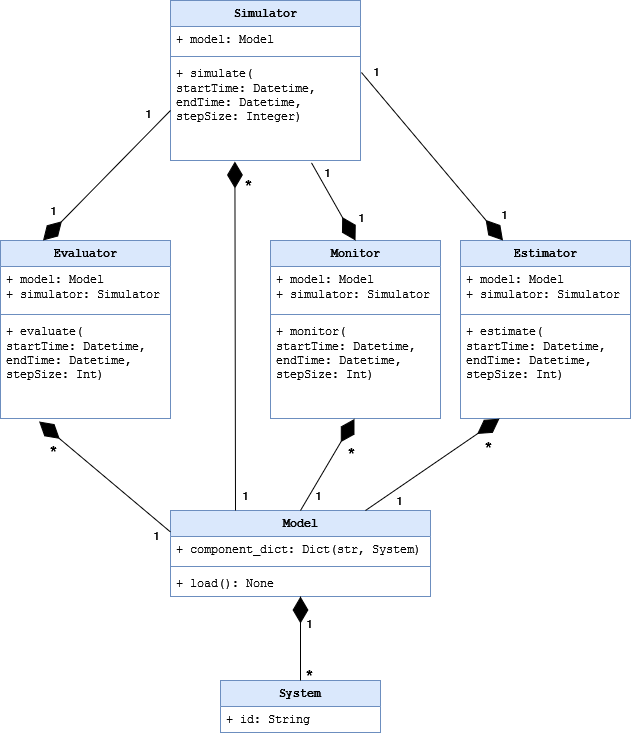
Above: Twin4Build_UML_diagram.drawio.png in JBjoernskov/Twin4Build (draw.io), before the change. Source tidied: cells renumbered, new cells last; positions are measured from the earlier drawing's top-left corner, leaving out a move shared by most shapes.
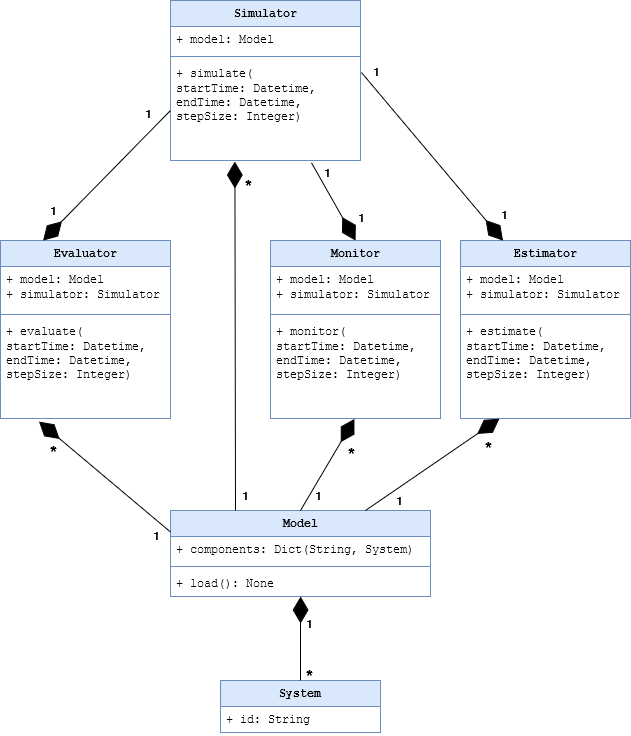
After the change.

What changed in the source:
```diff
@@ -10,7 +10,7 @@
     <mxCell id="3" value="Model" style="swimlane;fontStyle=1;align=center;verticalAlign=top;horizontal=1;startSize=26;whiteSpace=wrap;html=1;fillColor=#dae8fc;strokeColor=#6c8ebf;fontFamily=Courier New;" parent="1" vertex="1">
       <mxGeometry x="170" y="510" width="260" height="86" as="geometry" />
     </mxCell>
-    <mxCell id="4" value="&lt;font&gt;+ component_dict: Dict(str, System)&lt;/font&gt;" style="text;strokeColor=none;fillColor=none;align=left;verticalAlign=top;spacingLeft=4;spacingRight=4;overflow=hidden;whiteSpace=wrap;html=1;fontFamily=Courier New;" parent="3" vertex="1">
+    <mxCell id="4" value="&lt;font&gt;+ components: Dict(&lt;/font&gt;String&lt;font&gt;, System)&lt;/font&gt;" style="text;strokeColor=none;fillColor=none;align=left;verticalAlign=top;spacingLeft=4;spacingRight=4;overflow=hidden;whiteSpace=wrap;html=1;fontFamily=Courier New;" parent="3" vertex="1">
       <mxGeometry y="26" width="260" height="26" as="geometry" />
     </mxCell>
     <mxCell id="5" style="line;strokeWidth=1;fillColor=none;align=left;verticalAlign=middle;spacingTop=-1;spacingLeft=3;spacingRight=3;labelPosition=right;strokeColor=inherit;fontFamily=Courier New;" parent="3" vertex="1">
@@ -37,7 +37,7 @@
     <mxCell id="12" style="line;strokeWidth=1;fillColor=none;align=left;verticalAlign=middle;spacingTop=-1;spacingLeft=3;spacingRight=3;labelPosition=right;strokeColor=inherit;fontFamily=Courier New;" parent="10" vertex="1">
       <mxGeometry y="70" width="170" height="8" as="geometry" />
     </mxCell>
-    <mxCell id="13" value="&lt;div&gt;+ monitor(&lt;/div&gt;&lt;div&gt;startTime: Datetime, endTime: Datetime,&lt;/div&gt;&lt;div&gt;stepSize: Int)&lt;br&gt;&lt;/div&gt;&lt;div&gt;&lt;br&gt; &lt;/div&gt;" style="text;strokeColor=none;fillColor=none;align=left;verticalAlign=top;spacingLeft=4;spacingRight=4;overflow=hidden;points=[[0,0.5],[1,0.5]];portConstraint=eastwest;whiteSpace=wrap;html=1;fontFamily=Courier New;" parent="10" vertex="1">
+    <mxCell id="13" value="&lt;div&gt;+ monitor(&lt;/div&gt;&lt;div&gt;startTime: Datetime, endTime: Datetime,&lt;/div&gt;&lt;div&gt;stepSize:&amp;nbsp;Integer)&lt;br&gt;&lt;/div&gt;&lt;div&gt;&lt;br&gt; &lt;/div&gt;" style="text;strokeColor=none;fillColor=none;align=left;verticalAlign=top;spacingLeft=4;spacingRight=4;overflow=hidden;points=[[0,0.5],[1,0.5]];portConstraint=eastwest;whiteSpace=wrap;html=1;fontFamily=Courier New;" parent="10" vertex="1">
       <mxGeometry y="78" width="170" height="100" as="geometry" />
     </mxCell>
     <mxCell id="14" value="&lt;div&gt;Estimator&lt;/div&gt;" style="swimlane;fontStyle=1;align=center;verticalAlign=top;horizontal=1;startSize=26;whiteSpace=wrap;html=1;fillColor=#dae8fc;strokeColor=#6c8ebf;fontFamily=Courier New;" parent="1" vertex="1">
@@ -49,7 +49,7 @@
     <mxCell id="16" style="line;strokeWidth=1;fillColor=none;align=left;verticalAlign=middle;spacingTop=-1;spacingLeft=3;spacingRight=3;labelPosition=right;strokeColor=inherit;fontFamily=Courier New;" parent="14" vertex="1">
       <mxGeometry y="70" width="170" height="8" as="geometry" />
     </mxCell>
-    <mxCell id="17" value="&lt;div&gt;+ estimate(&lt;/div&gt;&lt;div&gt;startTime: Datetime, endTime: Datetime,&lt;/div&gt;&lt;div&gt;stepSize: Int)&lt;br&gt;&lt;/div&gt;&lt;div&gt;&lt;br&gt; &lt;/div&gt;" style="text;strokeColor=none;fillColor=none;align=left;verticalAlign=top;spacingLeft=4;spacingRight=4;overflow=hidden;points=[[0,0.5],[1,0.5]];portConstraint=eastwest;whiteSpace=wrap;html=1;fontFamily=Courier New;" parent="14" vertex="1">
+    <mxCell id="17" value="&lt;div&gt;+ estimate(&lt;/div&gt;&lt;div&gt;startTime: Datetime, endTime: Datetime,&lt;/div&gt;&lt;div&gt;stepSize:&amp;nbsp;Integer)&lt;br&gt;&lt;/div&gt;&lt;div&gt;&lt;br&gt; &lt;/div&gt;" style="text;strokeColor=none;fillColor=none;align=left;verticalAlign=top;spacingLeft=4;spacingRight=4;overflow=hidden;points=[[0,0.5],[1,0.5]];portConstraint=eastwest;whiteSpace=wrap;html=1;fontFamily=Courier New;" parent="14" vertex="1">
       <mxGeometry y="78" width="170" height="100" as="geometry" />
     </mxCell>
     <mxCell id="18" value="Evaluator" style="swimlane;fontStyle=1;align=center;verticalAlign=top;horizontal=1;startSize=26;whiteSpace=wrap;html=1;fillColor=#dae8fc;strokeColor=#6c8ebf;fontFamily=Courier New;" parent="1" vertex="1">
@@ -61,7 +61,7 @@
     <mxCell id="20" style="line;strokeWidth=1;fillColor=none;align=left;verticalAlign=middle;spacingTop=-1;spacingLeft=3;spacingRight=3;labelPosition=right;strokeColor=inherit;fontFamily=Courier New;" parent="18" vertex="1">
       <mxGeometry y="70" width="170" height="8" as="geometry" />
     </mxCell>
-    <mxCell id="21" value="&lt;div&gt;+ evaluate(&lt;/div&gt;&lt;div&gt;startTime: Datetime, endTime: Datetime,&lt;/div&gt;&lt;div&gt;stepSize: Int)&lt;br&gt;&lt;/div&gt;&lt;div&gt;&lt;br&gt; &lt;/div&gt;" style="text;strokeColor=none;fillColor=none;align=left;verticalAlign=top;spacingLeft=4;spacingRight=4;overflow=hidden;points=[[0,0.5],[1,0.5]];portConstraint=eastwest;whiteSpace=wrap;html=1;fontFamily=Courier New;" parent="18" vertex="1">
+    <mxCell id="21" value="&lt;div&gt;+ evaluate(&lt;/div&gt;&lt;div&gt;startTime: Datetime, endTime: Datetime,&lt;/div&gt;&lt;div&gt;stepSize:&amp;nbsp;Integer)&lt;br&gt;&lt;/div&gt;&lt;div&gt;&lt;br&gt; &lt;/div&gt;" style="text;strokeColor=none;fillColor=none;align=left;verticalAlign=top;spacingLeft=4;spacingRight=4;overflow=hidden;points=[[0,0.5],[1,0.5]];portConstraint=eastwest;whiteSpace=wrap;html=1;fontFamily=Courier New;" parent="18" vertex="1">
       <mxGeometry y="78" width="170" height="100" as="geometry" />
     </mxCell>
     <mxCell id="22" style="endArrow=diamondThin;endFill=1;endSize=24;html=1;rounded=0;exitX=0.5;exitY=0;exitDx=0;exitDy=0;fontFamily=Courier New;entryX=0.494;entryY=1.004;entryDx=0;entryDy=0;entryPerimeter=0;" parent="1" edge="1" source="3" target="13">
```
